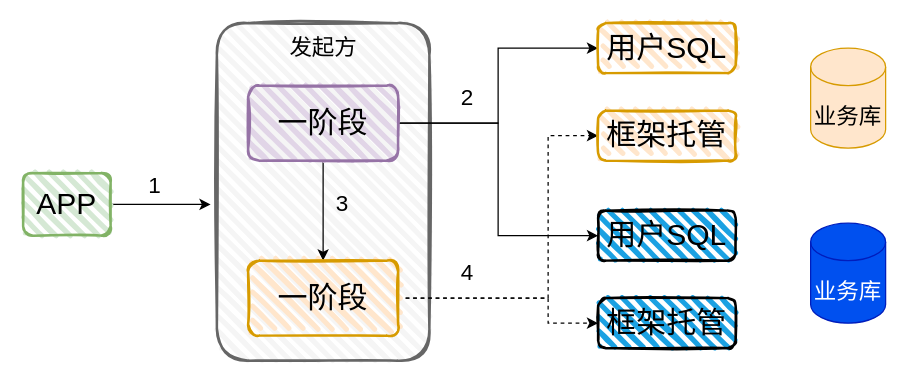
The draw.io diagram 分布式事务/未命名绘图 的副本.drawio in nateshao/blog-image, before the edit. Source tidied: cells renumbered, new cells numbered last; positions are measured from the earlier drawing's top-left corner, leaving out a move shared by most shapes. Both pictures are drawn from the tidied source at 125%, with x=0, y=0 at pixel (22, 22).
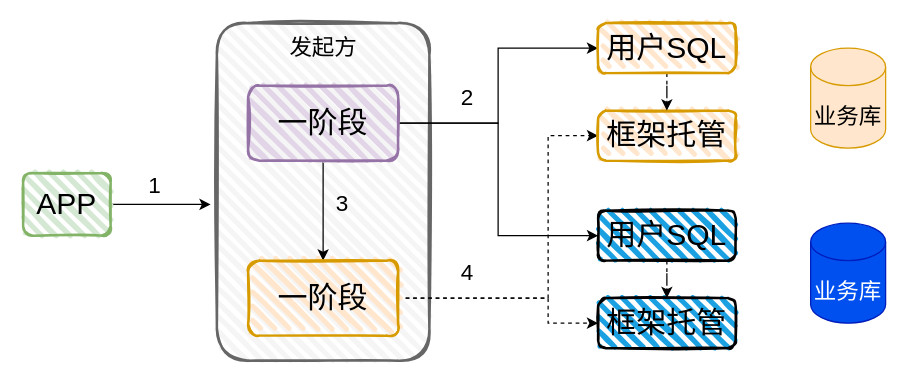
Above is the later version.

Commit message:
更新未命名绘图 的副本.drawio

Unchanged cells that the change refers to:
```xml
<mxCell id="12" value="框架托管" style="rounded=1;whiteSpace=wrap;html=1;strokeWidth=2;fillWeight=4;hachureGap=8;hachureAngle=45;fillColor=#ffe6cc;sketch=1;fontSize=24;strokeColor=#d79b00;" parent="1" vertex="1">
  <mxGeometry x="460" y="70" width="110" height="40" as="geometry" />
</mxCell>
<mxCell id="13" value="用户SQL" style="rounded=1;whiteSpace=wrap;html=1;strokeWidth=2;fillWeight=4;hachureGap=8;hachureAngle=45;fillColor=#ffe6cc;sketch=1;fontSize=24;strokeColor=#d79b00;" parent="1" vertex="1">
  <mxGeometry x="460" width="110" height="40" as="geometry" />
</mxCell>
<mxCell id="14" value="框架托管" style="rounded=1;whiteSpace=wrap;html=1;strokeWidth=2;fillWeight=4;hachureGap=8;hachureAngle=45;fillColor=#1ba1e2;sketch=1;fontSize=24;" parent="1" vertex="1">
  <mxGeometry x="460" y="220" width="110" height="40" as="geometry" />
</mxCell>
<mxCell id="15" value="用户SQL" style="rounded=1;whiteSpace=wrap;html=1;strokeWidth=2;fillWeight=4;hachureGap=8;hachureAngle=45;fillColor=#1ba1e2;sketch=1;fontSize=24;" parent="1" vertex="1">
  <mxGeometry x="460" y="150" width="110" height="40" as="geometry" />
</mxCell>
```

Change to the diagram source:
```diff
@@
+    <mxCell id="23" style="edgeStyle=orthogonalEdgeStyle;rounded=0;jettySize=auto;html=1;entryX=0.5;entryY=0;entryDx=0;entryDy=0;dashed=1;fontSize=18;" parent="1" edge="1" source="13" target="12">
+      <mxGeometry relative="1" as="geometry" />
+    </mxCell>
@@
+    <mxCell id="24" style="edgeStyle=orthogonalEdgeStyle;rounded=0;jettySize=auto;html=1;entryX=0.5;entryY=0;entryDx=0;entryDy=0;dashed=1;fontSize=18;" parent="1" edge="1" source="15" target="14">
+      <mxGeometry relative="1" as="geometry" />
+    </mxCell>
```
